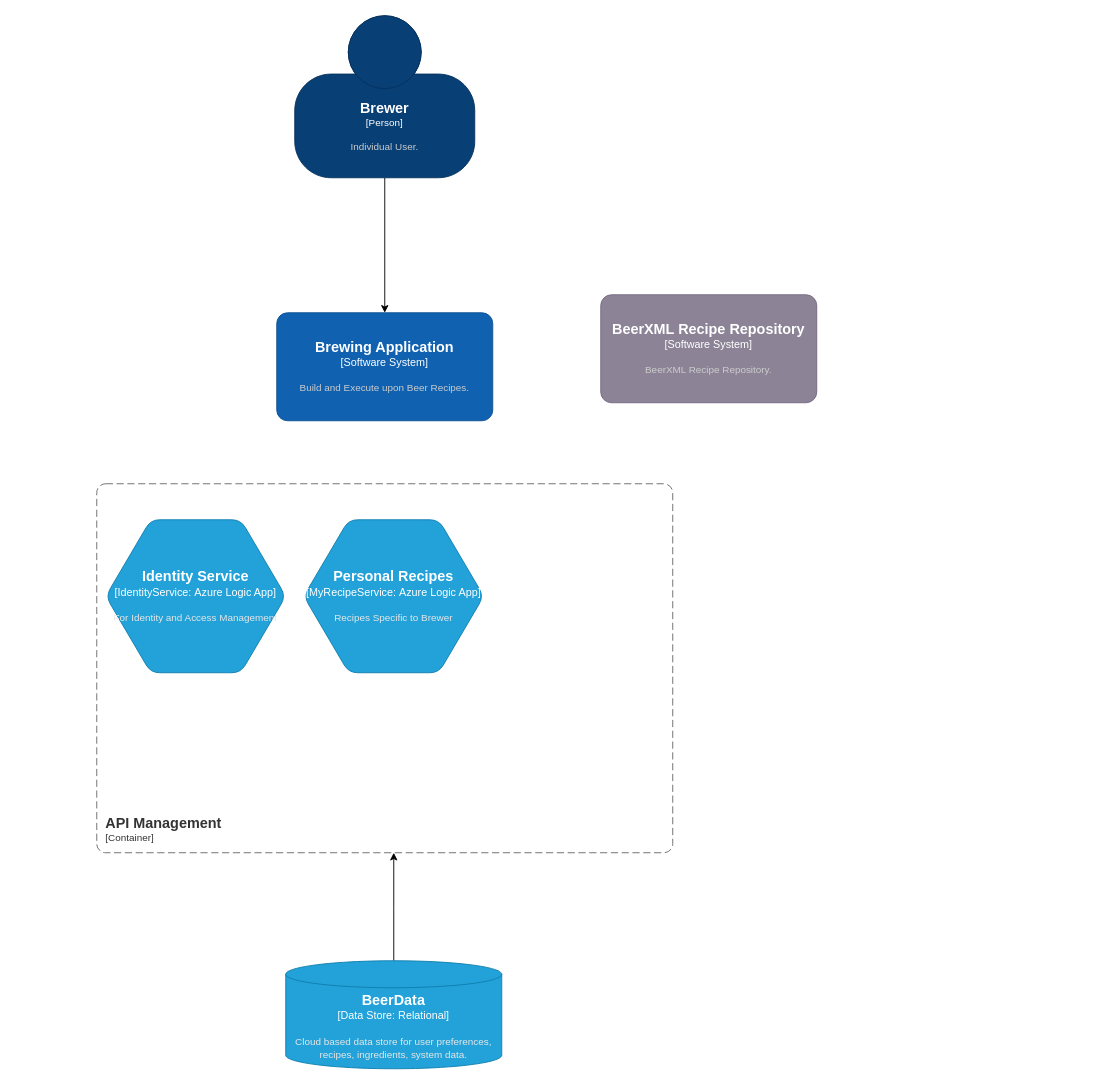
Before: page "C4-Scratch" (3 of 4) of Entities/Beer Brewing Entities.drawio in jerryodom/BeerArchitecture, a draw.io diagram. Source tidied: cells renumbered, new cells numbered last; positions are measured from the earlier drawing's top-left corner, leaving out a move shared by most shapes. Both pictures are drawn from the tidied source at 90%, with x=0, y=0 at pixel (96, 15).
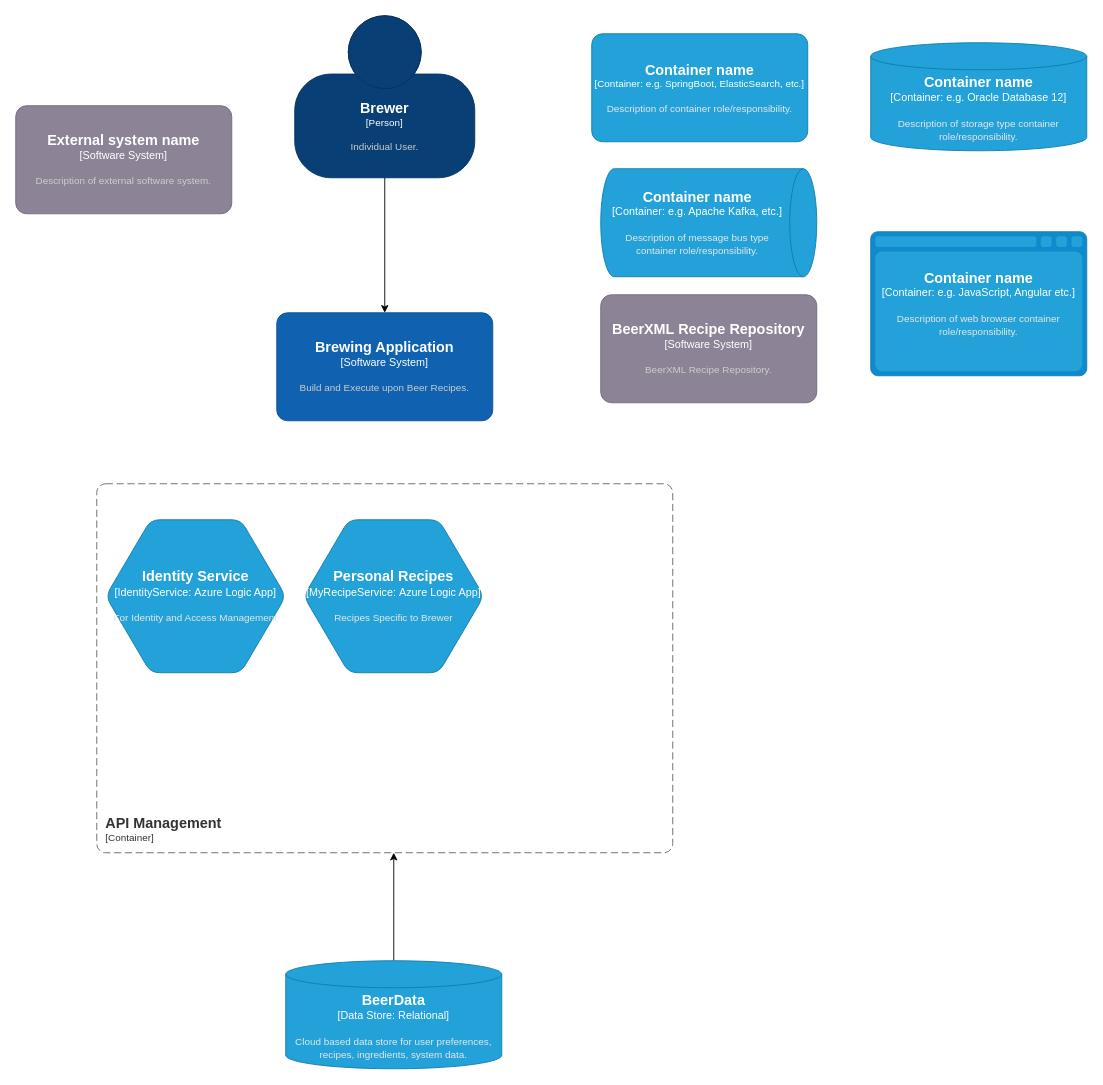
After the change.

The edit, as a diff of the source:
```diff
@@
+    <object id="11" label="&lt;font style=&quot;font-size: 16px&quot;&gt;&lt;b&gt;%c4Name%&lt;/b&gt;&lt;/font&gt;&lt;div&gt;[%c4Type%: %c4Technology%]&lt;/div&gt;&lt;br&gt;&lt;div&gt;&lt;font style=&quot;font-size: 11px&quot;&gt;&lt;font color=&quot;#E6E6E6&quot;&gt;%c4Description%&lt;/font&gt;&lt;/div&gt;" c4Description="Description of container role/responsibility." c4Name="Container name" c4Technology="e.g. SpringBoot, ElasticSearch, etc." c4Type="Container" placeholders="1">
+      <mxCell style="rounded=1;whiteSpace=wrap;html=1;fontSize=11;labelBackgroundColor=none;fillColor=#23A2D9;fontColor=#ffffff;align=center;arcSize=10;strokeColor=#0E7DAD;" parent="1" vertex="1">
+        <mxGeometry x="550" y="20" width="240" height="120" as="geometry" />
+      </mxCell>
+    </object>
+    <object id="12" label="&lt;font style=&quot;font-size: 16px&quot;&gt;&lt;b&gt;%c4Type%&lt;/b&gt;&lt;/font&gt;&lt;div&gt;[%c4Container%:&amp;nbsp;%c4Technology%]&lt;/div&gt;&lt;br&gt;&lt;div&gt;&lt;font style=&quot;font-size: 11px&quot;&gt;&lt;font color=&quot;#E6E6E6&quot;&gt;%c4Description%&lt;/font&gt;&lt;/div&gt;" c4Container="Container" c4Description="Description of storage type container role/responsibility." c4Technology="e.g. Oracle Database 12" c4Type="Container name" placeholders="1">
+      <mxCell style="shape=cylinder3;size=15;whiteSpace=wrap;html=1;boundedLbl=1;rounded=0;labelBackgroundColor=none;fillColor=#23A2D9;fontSize=12;fontColor=#ffffff;align=center;strokeColor=#0E7DAD;" parent="1" vertex="1">
+        <mxGeometry x="860" y="30" width="240" height="120" as="geometry" />
+      </mxCell>
+    </object>
+    <object id="13" label="&lt;font style=&quot;font-size: 16px&quot;&gt;&lt;b&gt;%c4Type%&lt;/b&gt;&lt;/font&gt;&lt;div&gt;[%c4Container%:&amp;nbsp;%c4Technology%]&lt;/div&gt;&lt;br&gt;&lt;div&gt;&lt;font style=&quot;font-size: 11px&quot;&gt;&lt;font color=&quot;#E6E6E6&quot;&gt;%c4Description%&lt;/font&gt;&lt;/div&gt;" c4Container="Container" c4Description="Description of message bus type container role/responsibility." c4Technology="e.g. Apache Kafka, etc." c4Type="Container name" placeholders="1">
+      <mxCell style="shape=cylinder3;size=15;direction=south;whiteSpace=wrap;html=1;boundedLbl=1;rounded=0;labelBackgroundColor=none;fillColor=#23A2D9;fontSize=12;fontColor=#ffffff;align=center;strokeColor=#0E7DAD;" parent="1" vertex="1">
+        <mxGeometry x="560" y="170" width="240" height="120" as="geometry" />
+      </mxCell>
+    </object>
+    <object id="14" label="&lt;font style=&quot;font-size: 16px&quot;&gt;&lt;b&gt;%c4Name%&lt;/b&gt;&lt;/font&gt;&lt;div&gt;[%c4Type%]&lt;/div&gt;&lt;br&gt;&lt;div&gt;&lt;font style=&quot;font-size: 11px&quot;&gt;&lt;font color=&quot;#cccccc&quot;&gt;%c4Description%&lt;/font&gt;&lt;/div&gt;" c4Description="Description of external software system." c4Name="External system name" c4Type="Software System" placeholders="1">
+      <mxCell style="rounded=1;whiteSpace=wrap;html=1;labelBackgroundColor=none;fillColor=#8C8496;fontColor=#ffffff;align=center;arcSize=10;strokeColor=#736782;" parent="1" vertex="1">
+        <mxGeometry x="-90" y="100" width="240" height="120" as="geometry" />
+      </mxCell>
+    </object>
+    <object id="15" label="&lt;font style=&quot;font-size: 16px&quot;&gt;&lt;b&gt;%c4Type%&lt;/b&gt;&lt;/font&gt;&lt;div&gt;[%c4Container%:&amp;nbsp;%c4Technology%]&lt;/div&gt;&lt;br&gt;&lt;div&gt;&lt;font style=&quot;font-size: 11px&quot;&gt;&lt;font color=&quot;#E6E6E6&quot;&gt;%c4Description%&lt;/font&gt;&lt;/div&gt;" c4Container="Container" c4Description="Description of web browser container role/responsibility." c4Technology="e.g. JavaScript, Angular etc." c4Type="Container name" placeholders="1">
+      <mxCell style="shape=mxgraph.c4.webBrowserContainer2;whiteSpace=wrap;html=1;boundedLbl=1;rounded=0;labelBackgroundColor=none;strokeColor=#118ACD;fillColor=#23A2D9;strokeColor=#118ACD;strokeColor2=#0E7DAD;fontSize=12;fontColor=#ffffff;align=center;" parent="1" vertex="1">
+        <mxGeometry x="860" y="240" width="240" height="160" as="geometry" />
+      </mxCell>
+    </object>
```
